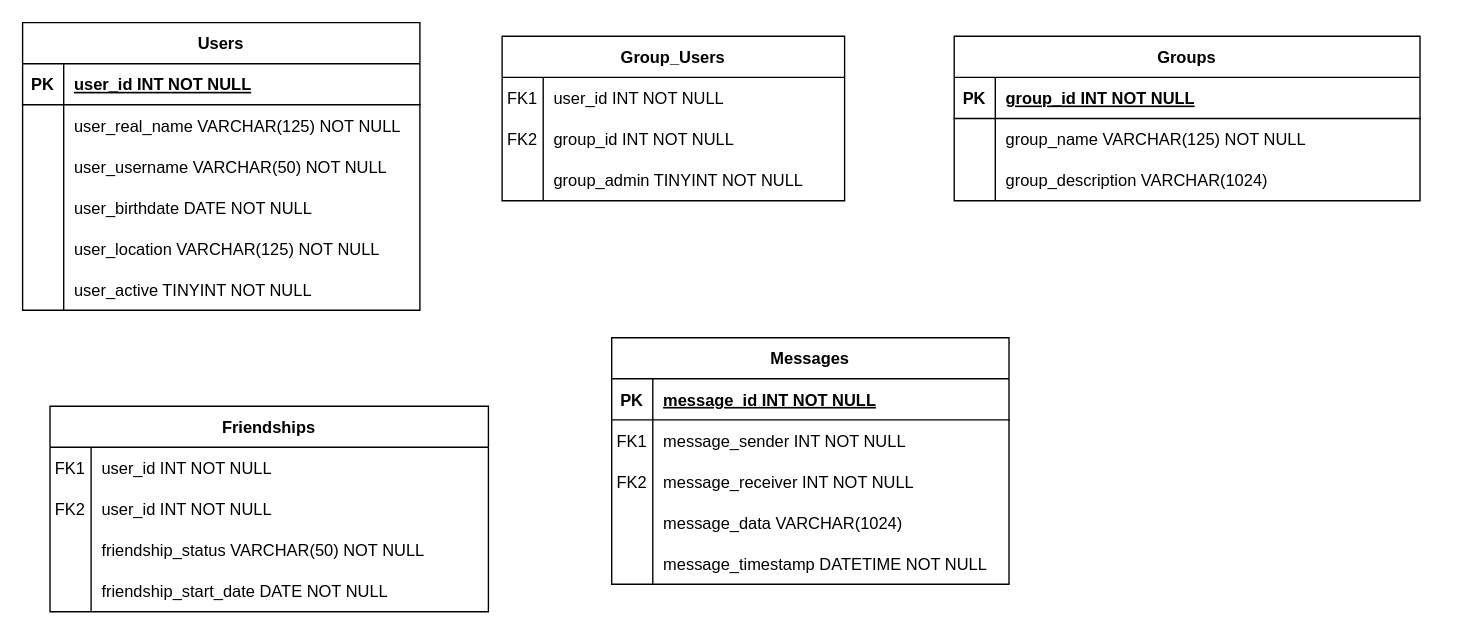
This is page "Copy of Page-1" (2 of 2) of UML.drawio from jdstrongpdx/Data-Dragons, a draw.io file, before an edit. Source tidied: cells renumbered, new cells numbered last; positions are measured from the earlier drawing's top-left corner, leaving out a move shared by most shapes. Both pictures are drawn from the tidied source at 137%, with x=0, y=0 at pixel (22, 22).
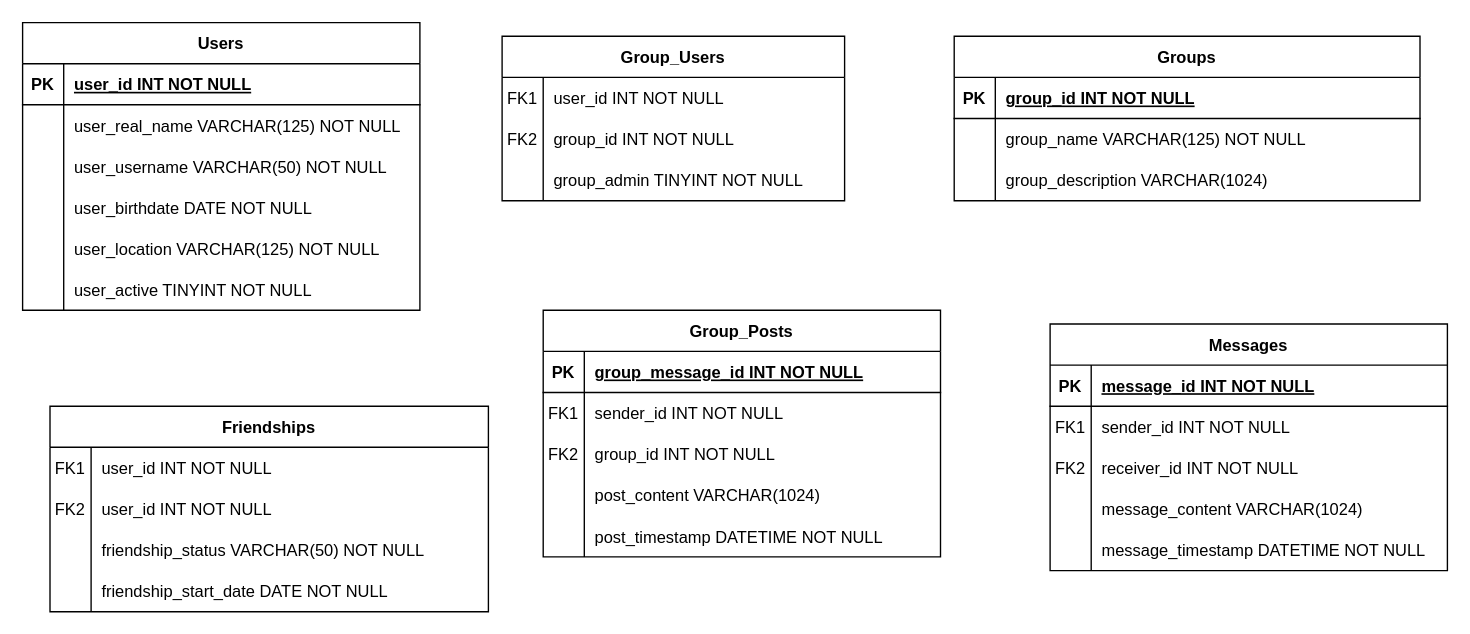
Above is the later version.

Unchanged cells that the change refers to:
```xml
<mxCell id="26" style="shape=partialRectangle;fillColor=none;top=0;left=0;right=0;bottom=0;" parent="22" vertex="1">
  <mxGeometry y="60" width="290" height="30" as="geometry" />
</mxCell>
<mxCell id="29" style="shape=partialRectangle;fillColor=none;top=0;left=0;right=0;bottom=0;" parent="22" vertex="1">
  <mxGeometry y="90" width="290" height="30" as="geometry" />
</mxCell>
<mxCell id="32" style="shape=partialRectangle;fillColor=none;top=0;left=0;right=0;bottom=0;" parent="22" vertex="1">
  <mxGeometry y="120" width="290" height="30" as="geometry" />
</mxCell>
```

The edit, as a diff of the source:
```diff
@@
     <mxCell id="22" value="Messages" style="shape=table;startSize=30;childLayout=tableLayout;rowLines=0;fontStyle=1;align=center;" parent="1" vertex="1">
-      <mxGeometry x="430" y="230" width="290" height="180" as="geometry" />
+      <mxGeometry x="750" y="220" width="290" height="180" as="geometry" />
     </mxCell>
@@
-    <mxCell id="28" value="message_sender INT NOT NULL" style="shape=partialRectangle;overflow=hidden;fillColor=none;top=0;left=0;bottom=0;right=0;align=left;spacingLeft=6;" parent="26" vertex="1">
+    <mxCell id="28" value="sender_id INT NOT NULL" style="shape=partialRectangle;overflow=hidden;fillColor=none;top=0;left=0;bottom=0;right=0;align=left;spacingLeft=6;" parent="26" vertex="1">
       <mxGeometry x="30" width="260" height="30" as="geometry" />
     </mxCell>
@@
-    <mxCell id="31" value="message_receiver INT NOT NULL" style="shape=partialRectangle;overflow=hidden;fillColor=none;top=0;left=0;bottom=0;right=0;align=left;spacingLeft=6;" parent="29" vertex="1">
+    <mxCell id="31" value="receiver_id INT NOT NULL" style="shape=partialRectangle;overflow=hidden;fillColor=none;top=0;left=0;bottom=0;right=0;align=left;spacingLeft=6;" parent="29" vertex="1">
       <mxGeometry x="30" width="260" height="30" as="geometry" />
     </mxCell>
@@
-    <mxCell id="34" value="message_data VARCHAR(1024) " style="shape=partialRectangle;overflow=hidden;fillColor=none;top=0;left=0;bottom=0;right=0;align=left;spacingLeft=6;" parent="32" vertex="1">
+    <mxCell id="34" value="message_content VARCHAR(1024) " style="shape=partialRectangle;overflow=hidden;fillColor=none;top=0;left=0;bottom=0;right=0;align=left;spacingLeft=6;" parent="32" vertex="1">
       <mxGeometry x="30" width="260" height="30" as="geometry" />
     </mxCell>
@@
+    <mxCell id="70" value="Group_Posts" style="shape=table;startSize=30;childLayout=tableLayout;rowLines=0;fontStyle=1;align=center;" parent="1" vertex="1">
+      <mxGeometry x="380" y="210" width="290" height="180" as="geometry" />
+    </mxCell>
+    <mxCell id="71" style="shape=partialRectangle;fillColor=none;top=0;left=0;right=0;bottom=1;" parent="70" vertex="1">
+      <mxGeometry y="30" width="290" height="30" as="geometry" />
+    </mxCell>
+    <mxCell id="72" value="PK" style="shape=partialRectangle;overflow=hidden;fillColor=none;top=0;left=0;bottom=0;right=0;fontStyle=1;" parent="71" vertex="1">
+      <mxGeometry width="30" height="30" as="geometry" />
+    </mxCell>
+    <mxCell id="73" value="group_message_id INT NOT NULL " style="shape=partialRectangle;overflow=hidden;fillColor=none;top=0;left=0;bottom=0;right=0;align=left;spacingLeft=6;fontStyle=5;" parent="71" vertex="1">
+      <mxGeometry x="30" width="260" height="30" as="geometry" />
+    </mxCell>
+    <mxCell id="74" style="shape=partialRectangle;fillColor=none;top=0;left=0;right=0;bottom=0;" parent="70" vertex="1">
+      <mxGeometry y="60" width="290" height="30" as="geometry" />
+    </mxCell>
+    <mxCell id="75" value="FK1" style="shape=partialRectangle;overflow=hidden;fillColor=none;top=0;left=0;bottom=0;right=0;" parent="74" vertex="1">
+      <mxGeometry width="30" height="30" as="geometry" />
+    </mxCell>
+    <mxCell id="76" value="sender_id INT NOT NULL" style="shape=partialRectangle;overflow=hidden;fillColor=none;top=0;left=0;bottom=0;right=0;align=left;spacingLeft=6;" parent="74" vertex="1">
+      <mxGeometry x="30" width="260" height="30" as="geometry" />
+    </mxCell>
+    <mxCell id="77" style="shape=partialRectangle;fillColor=none;top=0;left=0;right=0;bottom=0;" parent="70" vertex="1">
+      <mxGeometry y="90" width="290" height="30" as="geometry" />
+    </mxCell>
+    <mxCell id="78" value="FK2" style="shape=partialRectangle;overflow=hidden;fillColor=none;top=0;left=0;bottom=0;right=0;" parent="77" vertex="1">
+      <mxGeometry width="30" height="30" as="geometry" />
+    </mxCell>
+    <mxCell id="79" value="group_id INT NOT NULL" style="shape=partialRectangle;overflow=hidden;fillColor=none;top=0;left=0;bottom=0;right=0;align=left;spacingLeft=6;" parent="77" vertex="1">
+      <mxGeometry x="30" width="260" height="30" as="geometry" />
+    </mxCell>
+    <mxCell id="80" style="shape=partialRectangle;fillColor=none;top=0;left=0;right=0;bottom=0;" parent="70" vertex="1">
+      <mxGeometry y="120" width="290" height="30" as="geometry" />
+    </mxCell>
+    <mxCell id="81" style="shape=partialRectangle;overflow=hidden;fillColor=none;top=0;left=0;bottom=0;right=0;" parent="80" vertex="1">
+      <mxGeometry width="30" height="30" as="geometry" />
+    </mxCell>
+    <mxCell id="82" value="post_content VARCHAR(1024) " style="shape=partialRectangle;overflow=hidden;fillColor=none;top=0;left=0;bottom=0;right=0;align=left;spacingLeft=6;" parent="80" vertex="1">
+      <mxGeometry x="30" width="260" height="30" as="geometry" />
+    </mxCell>
+    <mxCell id="83" style="shape=partialRectangle;fillColor=none;top=0;left=0;right=0;bottom=0;" parent="70" vertex="1">
+      <mxGeometry y="150" width="290" height="30" as="geometry" />
+    </mxCell>
+    <mxCell id="84" style="shape=partialRectangle;overflow=hidden;fillColor=none;top=0;left=0;bottom=0;right=0;" parent="83" vertex="1">
+      <mxGeometry width="30" height="30" as="geometry" />
+    </mxCell>
+    <mxCell id="85" value="post_timestamp DATETIME NOT NULL" style="shape=partialRectangle;overflow=hidden;fillColor=none;top=0;left=0;bottom=0;right=0;align=left;spacingLeft=6;" parent="83" vertex="1">
+      <mxGeometry x="30" width="260" height="30" as="geometry" />
+    </mxCell>
```
